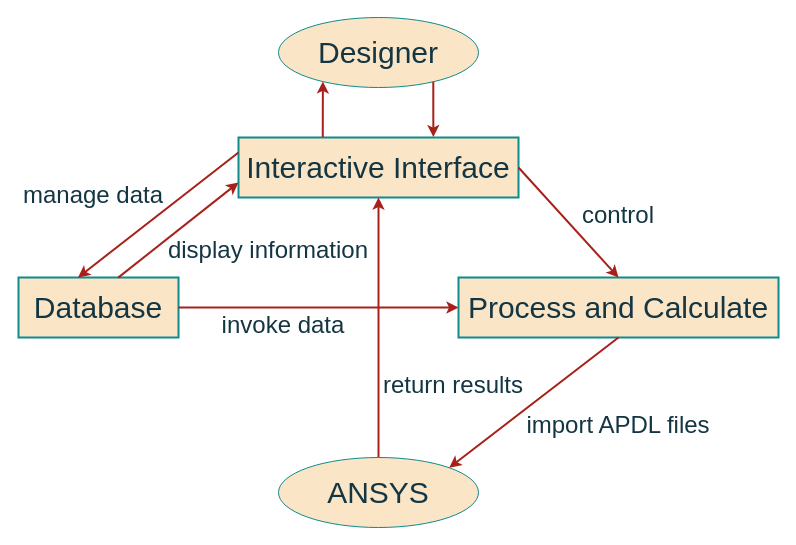
This is page "第 4 页" (4 of 5) of Graduation Design.drawio from Destiny-LB/draw.io, a draw.io file, before an edit. Source tidied: cells renumbered, new cells numbered last; positions are measured from the earlier drawing's top-left corner, leaving out a move shared by most shapes. Both pictures are drawn from the tidied source at 100%, with x=0, y=0 at pixel (18, 17).
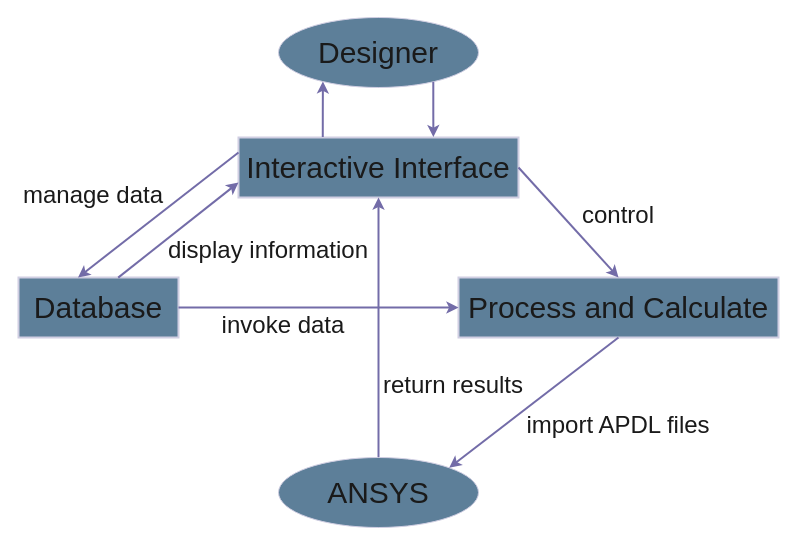
The same page after the edit.

Change to the diagram source:
```diff
@@
-    <mxCell id="2" value="Interactive Interface" style="rounded=0;whiteSpace=wrap;html=1;strokeWidth=2;fontSize=30;labelBackgroundColor=none;fillColor=#FAE5C7;strokeColor=#0F8B8D;fontColor=#143642;" parent="1" vertex="1">
+    <mxCell id="2" value="Interactive Interface" style="rounded=0;whiteSpace=wrap;html=1;strokeWidth=2;fontSize=30;labelBackgroundColor=none;fillColor=#5D7F99;strokeColor=#D0CEE2;fontColor=#1A1A1A;" parent="1" vertex="1">
       <mxGeometry x="220" y="120" width="280" height="60" as="geometry" />
     </mxCell>
-    <mxCell id="3" value="&lt;span class=&quot;content-right_8Zs40&quot;&gt;Database&lt;/span&gt;" style="rounded=0;whiteSpace=wrap;html=1;strokeWidth=2;fontSize=30;labelBackgroundColor=none;fillColor=#FAE5C7;strokeColor=#0F8B8D;fontColor=#143642;" parent="1" vertex="1">
+    <mxCell id="3" value="&lt;span class=&quot;content-right_8Zs40&quot;&gt;Database&lt;/span&gt;" style="rounded=0;whiteSpace=wrap;html=1;strokeWidth=2;fontSize=30;labelBackgroundColor=none;fillColor=#5D7F99;strokeColor=#D0CEE2;fontColor=#1A1A1A;" parent="1" vertex="1">
       <mxGeometry y="260" width="160" height="60" as="geometry" />
     </mxCell>
-    <mxCell id="4" style="edgeStyle=orthogonalEdgeStyle;rounded=0;jettySize=auto;html=1;strokeWidth=2;fontSize=30;labelBackgroundColor=none;strokeColor=#A8201A;fontColor=default;entryX=0.5;entryY=1;entryDx=0;entryDy=0;" parent="1" edge="1" source="13" target="2">
+    <mxCell id="4" style="edgeStyle=orthogonalEdgeStyle;rounded=0;jettySize=auto;html=1;strokeWidth=2;fontSize=30;labelBackgroundColor=none;strokeColor=#736CA8;fontColor=default;entryX=0.5;entryY=1;entryDx=0;entryDy=0;" parent="1" edge="1" source="13" target="2">
       <mxGeometry relative="1" as="geometry" />
     </mxCell>
-    <mxCell id="5" value="Process and Calculate" style="rounded=0;whiteSpace=wrap;html=1;strokeWidth=2;fontSize=30;labelBackgroundColor=none;fillColor=#FAE5C7;strokeColor=#0F8B8D;fontColor=#143642;" parent="1" vertex="1">
+    <mxCell id="5" value="Process and Calculate" style="rounded=0;whiteSpace=wrap;html=1;strokeWidth=2;fontSize=30;labelBackgroundColor=none;fillColor=#5D7F99;strokeColor=#D0CEE2;fontColor=#1A1A1A;" parent="1" vertex="1">
       <mxGeometry x="440" y="260" width="320" height="60" as="geometry" />
     </mxCell>
-    <mxCell id="6" value="&lt;font style=&quot;font-size: 24px;&quot;&gt;control&lt;/font&gt;" style="text;html=1;strokeColor=none;fillColor=none;align=center;verticalAlign=middle;whiteSpace=wrap;rounded=0;fontSize=30;labelBackgroundColor=none;fontColor=#143642;" parent="1" vertex="1">
+    <mxCell id="6" value="&lt;font style=&quot;font-size: 24px;&quot;&gt;control&lt;/font&gt;" style="text;html=1;strokeColor=none;fillColor=none;align=center;verticalAlign=middle;whiteSpace=wrap;rounded=0;fontSize=30;labelBackgroundColor=none;fontColor=#1A1A1A;" parent="1" vertex="1">
       <mxGeometry x="555" y="180" width="90" height="30" as="geometry" />
     </mxCell>
-    <mxCell id="7" value="&lt;font style=&quot;font-size: 24px;&quot;&gt;display information&lt;/font&gt;" style="text;html=1;strokeColor=none;fillColor=none;align=center;verticalAlign=middle;whiteSpace=wrap;rounded=0;fontSize=30;labelBackgroundColor=none;fontColor=#143642;" parent="1" vertex="1">
+    <mxCell id="7" value="&lt;font style=&quot;font-size: 24px;&quot;&gt;display information&lt;/font&gt;" style="text;html=1;strokeColor=none;fillColor=none;align=center;verticalAlign=middle;whiteSpace=wrap;rounded=0;fontSize=30;labelBackgroundColor=none;fontColor=#1A1A1A;" parent="1" vertex="1">
       <mxGeometry x="140" y="210" width="220" height="40" as="geometry" />
     </mxCell>
-    <mxCell id="8" value="&lt;font style=&quot;font-size: 24px;&quot;&gt;manage data&lt;/font&gt;" style="text;html=1;strokeColor=none;fillColor=none;align=center;verticalAlign=middle;whiteSpace=wrap;rounded=0;fontSize=30;labelBackgroundColor=none;fontColor=#143642;" parent="1" vertex="1">
+    <mxCell id="8" value="&lt;font style=&quot;font-size: 24px;&quot;&gt;manage data&lt;/font&gt;" style="text;html=1;strokeColor=none;fillColor=none;align=center;verticalAlign=middle;whiteSpace=wrap;rounded=0;fontSize=30;labelBackgroundColor=none;fontColor=#1A1A1A;" parent="1" vertex="1">
       <mxGeometry y="160" width="150" height="30" as="geometry" />
     </mxCell>
-    <mxCell id="9" style="endArrow=classic;html=1;rounded=0;strokeWidth=2;fontSize=24;labelBackgroundColor=none;strokeColor=#A8201A;fontColor=default;exitX=1;exitY=0.5;exitDx=0;exitDy=0;entryX=0.5;entryY=0;entryDx=0;entryDy=0;" parent="1" edge="1" source="2" target="5">
+    <mxCell id="9" style="endArrow=classic;html=1;rounded=0;strokeWidth=2;fontSize=24;labelBackgroundColor=none;strokeColor=#736CA8;fontColor=default;exitX=1;exitY=0.5;exitDx=0;exitDy=0;entryX=0.5;entryY=0;entryDx=0;entryDy=0;" parent="1" edge="1" source="2" target="5">
       <mxGeometry relative="1" as="geometry" />
     </mxCell>
-    <mxCell id="10" value="&lt;font style=&quot;font-size: 30px;&quot;&gt;Designer&lt;/font&gt;" style="ellipse;whiteSpace=wrap;html=1;strokeColor=#0F8B8D;fontColor=#143642;fillColor=#FAE5C7;" parent="1" vertex="1">
+    <mxCell id="10" value="&lt;font style=&quot;font-size: 30px;&quot;&gt;Designer&lt;/font&gt;" style="ellipse;whiteSpace=wrap;html=1;strokeColor=#D0CEE2;fontColor=#1A1A1A;fillColor=#5D7F99;labelBackgroundColor=none;" parent="1" vertex="1">
       <mxGeometry x="260" width="200" height="70" as="geometry" />
     </mxCell>
-    <mxCell id="11" style="edgeStyle=orthogonalEdgeStyle;rounded=0;jettySize=auto;html=1;exitX=0.774;exitY=0.918;exitDx=0;exitDy=0;entryX=0.696;entryY=-0.007;entryDx=0;entryDy=0;strokeWidth=2;fontSize=30;labelBackgroundColor=none;strokeColor=#A8201A;fontColor=default;exitPerimeter=0;entryPerimeter=0;" parent="1" edge="1" source="10" target="2">
+    <mxCell id="11" style="edgeStyle=orthogonalEdgeStyle;rounded=0;jettySize=auto;html=1;exitX=0.774;exitY=0.918;exitDx=0;exitDy=0;entryX=0.696;entryY=-0.007;entryDx=0;entryDy=0;strokeWidth=2;fontSize=30;labelBackgroundColor=none;strokeColor=#736CA8;fontColor=default;exitPerimeter=0;entryPerimeter=0;" parent="1" edge="1" source="10" target="2">
       <mxGeometry relative="1" as="geometry" />
     </mxCell>
-    <mxCell id="12" style="edgeStyle=orthogonalEdgeStyle;rounded=0;jettySize=auto;html=1;entryX=0.222;entryY=0.913;entryDx=0;entryDy=0;strokeWidth=2;fontSize=30;labelBackgroundColor=none;strokeColor=#A8201A;fontColor=default;exitX=0.301;exitY=-0.009;exitDx=0;exitDy=0;entryPerimeter=0;exitPerimeter=0;" parent="1" edge="1" source="2" target="10">
+    <mxCell id="12" style="edgeStyle=orthogonalEdgeStyle;rounded=0;jettySize=auto;html=1;entryX=0.222;entryY=0.913;entryDx=0;entryDy=0;strokeWidth=2;fontSize=30;labelBackgroundColor=none;strokeColor=#736CA8;fontColor=default;exitX=0.301;exitY=-0.009;exitDx=0;exitDy=0;entryPerimeter=0;exitPerimeter=0;" parent="1" edge="1" source="2" target="10">
       <mxGeometry relative="1" as="geometry" />
     </mxCell>
-    <mxCell id="13" value="&lt;span style=&quot;font-size: 30px;&quot;&gt;ANSYS&lt;/span&gt;" style="ellipse;whiteSpace=wrap;html=1;strokeColor=#0F8B8D;fontColor=#143642;fillColor=#FAE5C7;" parent="1" vertex="1">
+    <mxCell id="13" value="&lt;span style=&quot;font-size: 30px;&quot;&gt;ANSYS&lt;/span&gt;" style="ellipse;whiteSpace=wrap;html=1;strokeColor=#D0CEE2;fontColor=#1A1A1A;fillColor=#5D7F99;labelBackgroundColor=none;" parent="1" vertex="1">
       <mxGeometry x="260" y="440" width="200" height="70" as="geometry" />
     </mxCell>
-    <mxCell id="14" style="endArrow=classic;html=1;rounded=0;strokeWidth=2;fontSize=24;labelBackgroundColor=none;strokeColor=#A8201A;fontColor=default;entryX=0;entryY=0.75;entryDx=0;entryDy=0;exitX=0.623;exitY=0.002;exitDx=0;exitDy=0;exitPerimeter=0;" parent="1" edge="1" source="3" target="2">
+    <mxCell id="14" style="endArrow=classic;html=1;rounded=0;strokeWidth=2;fontSize=24;labelBackgroundColor=none;strokeColor=#736CA8;fontColor=default;entryX=0;entryY=0.75;entryDx=0;entryDy=0;exitX=0.623;exitY=0.002;exitDx=0;exitDy=0;exitPerimeter=0;" parent="1" edge="1" source="3" target="2">
       <mxGeometry relative="1" as="geometry" />
     </mxCell>
-    <mxCell id="15" style="endArrow=classic;html=1;rounded=0;strokeWidth=2;fontSize=24;labelBackgroundColor=none;strokeColor=#A8201A;fontColor=default;exitX=0;exitY=0.25;exitDx=0;exitDy=0;entryX=0.372;entryY=0;entryDx=0;entryDy=0;entryPerimeter=0;" parent="1" edge="1" source="2" target="3">
+    <mxCell id="15" style="endArrow=classic;html=1;rounded=0;strokeWidth=2;fontSize=24;labelBackgroundColor=none;strokeColor=#736CA8;fontColor=default;exitX=0;exitY=0.25;exitDx=0;exitDy=0;entryX=0.372;entryY=0;entryDx=0;entryDy=0;entryPerimeter=0;" parent="1" edge="1" source="2" target="3">
       <mxGeometry relative="1" as="geometry" />
     </mxCell>
-    <mxCell id="16" style="endArrow=classic;html=1;rounded=0;strokeWidth=2;fontSize=24;labelBackgroundColor=none;strokeColor=#A8201A;fontColor=default;entryX=0;entryY=0.5;entryDx=0;entryDy=0;exitX=1;exitY=0.5;exitDx=0;exitDy=0;" parent="1" edge="1" source="3" target="5">
+    <mxCell id="16" style="endArrow=classic;html=1;rounded=0;strokeWidth=2;fontSize=24;labelBackgroundColor=none;strokeColor=#736CA8;fontColor=default;entryX=0;entryY=0.5;entryDx=0;entryDy=0;exitX=1;exitY=0.5;exitDx=0;exitDy=0;" parent="1" edge="1" source="3" target="5">
       <mxGeometry relative="1" as="geometry" />
     </mxCell>
-    <mxCell id="17" style="endArrow=classic;html=1;rounded=0;strokeWidth=2;fontSize=24;labelBackgroundColor=none;strokeColor=#A8201A;fontColor=default;exitX=0.5;exitY=1;exitDx=0;exitDy=0;entryX=1;entryY=0;entryDx=0;entryDy=0;" parent="1" edge="1" source="5" target="13">
+    <mxCell id="17" style="endArrow=classic;html=1;rounded=0;strokeWidth=2;fontSize=24;labelBackgroundColor=none;strokeColor=#736CA8;fontColor=default;exitX=0.5;exitY=1;exitDx=0;exitDy=0;entryX=1;entryY=0;entryDx=0;entryDy=0;" parent="1" edge="1" source="5" target="13">
       <mxGeometry relative="1" as="geometry" />
     </mxCell>
-    <mxCell id="18" value="&lt;font style=&quot;font-size: 24px;&quot;&gt;invoke data&lt;/font&gt;" style="text;html=1;strokeColor=none;fillColor=none;align=center;verticalAlign=middle;whiteSpace=wrap;rounded=0;fontSize=30;labelBackgroundColor=none;fontColor=#143642;" parent="1" vertex="1">
+    <mxCell id="18" value="&lt;font style=&quot;font-size: 24px;&quot;&gt;invoke data&lt;/font&gt;" style="text;html=1;strokeColor=none;fillColor=none;align=center;verticalAlign=middle;whiteSpace=wrap;rounded=0;fontSize=30;labelBackgroundColor=none;fontColor=#1A1A1A;" parent="1" vertex="1">
       <mxGeometry x="190" y="290" width="150" height="30" as="geometry" />
     </mxCell>
-    <mxCell id="19" value="&lt;font style=&quot;font-size: 24px;&quot;&gt;return results&lt;/font&gt;" style="text;html=1;strokeColor=none;fillColor=none;align=center;verticalAlign=middle;whiteSpace=wrap;rounded=0;fontSize=30;labelBackgroundColor=none;fontColor=#143642;" parent="1" vertex="1">
+    <mxCell id="19" value="&lt;font style=&quot;font-size: 24px;&quot;&gt;return results&lt;/font&gt;" style="text;html=1;strokeColor=none;fillColor=none;align=center;verticalAlign=middle;whiteSpace=wrap;rounded=0;fontSize=30;labelBackgroundColor=none;fontColor=#1A1A1A;" parent="1" vertex="1">
       <mxGeometry x="350" y="350" width="170" height="30" as="geometry" />
     </mxCell>
-    <mxCell id="20" value="&lt;font style=&quot;font-size: 24px;&quot;&gt;import APDL files&lt;/font&gt;" style="text;html=1;strokeColor=none;fillColor=none;align=center;verticalAlign=middle;whiteSpace=wrap;rounded=0;fontSize=30;labelBackgroundColor=none;fontColor=#143642;" parent="1" vertex="1">
+    <mxCell id="20" value="&lt;font style=&quot;font-size: 24px;&quot;&gt;import APDL files&lt;/font&gt;" style="text;html=1;strokeColor=none;fillColor=none;align=center;verticalAlign=middle;whiteSpace=wrap;rounded=0;fontSize=30;labelBackgroundColor=none;fontColor=#1A1A1A;" parent="1" vertex="1">
       <mxGeometry x="490" y="390" width="220" height="30" as="geometry" />
     </mxCell>
```
